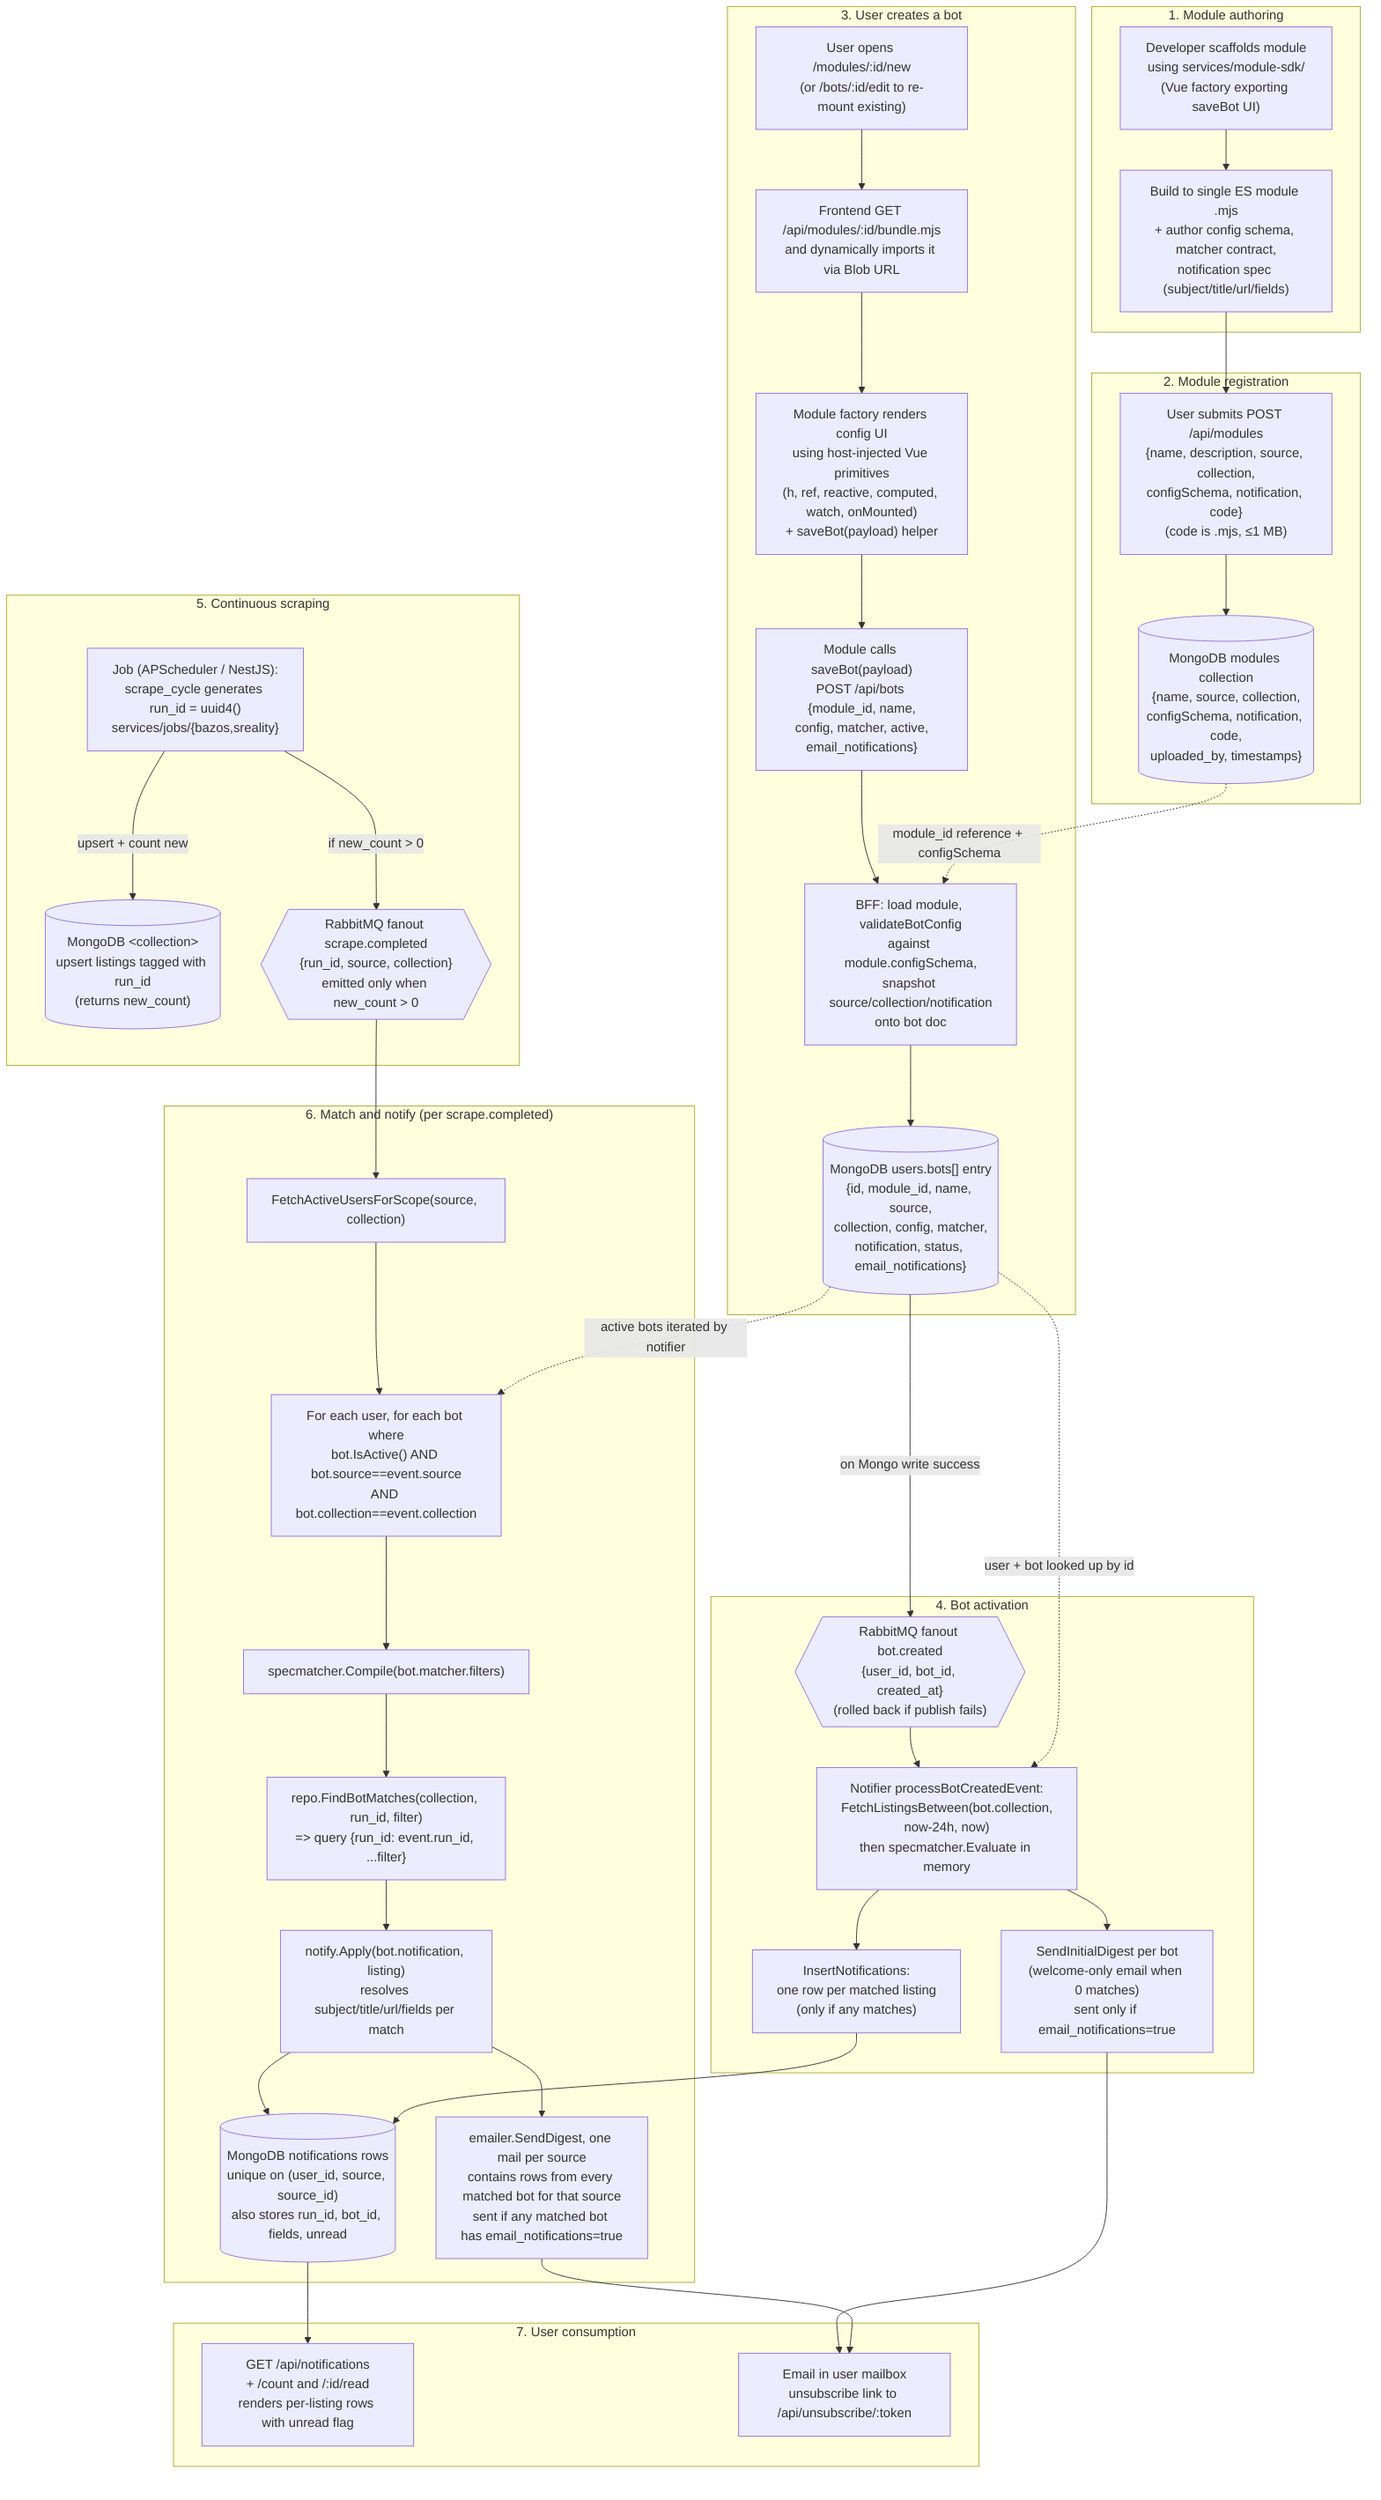
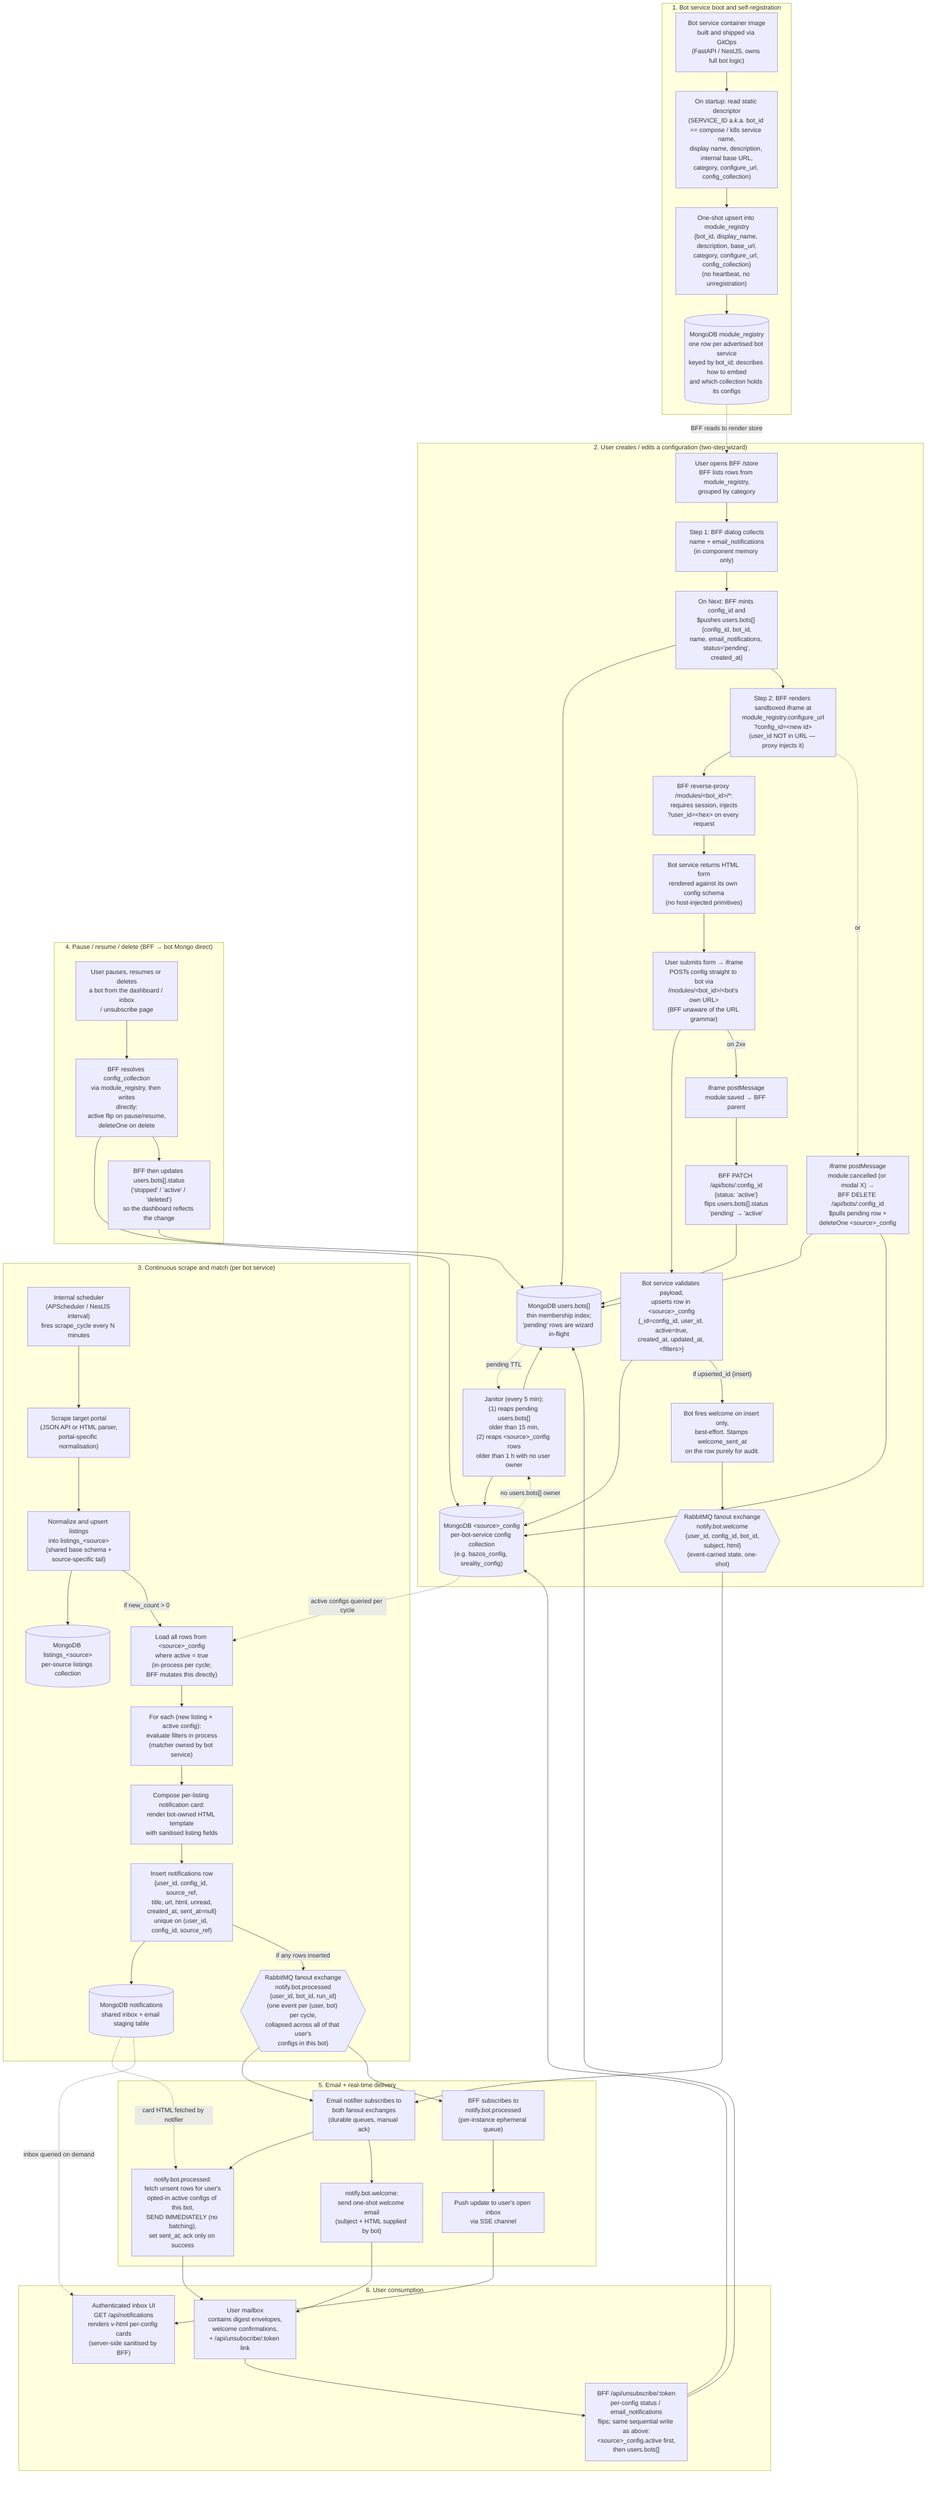
flowchart TB
-  subgraph Author["1. Module authoring"]
-         SDK["Developer scaffolds module<br>using services/module-sdk/<br>(Vue factory exporting saveBot UI)"]
-         Bundle["Build to single ES module .mjs<br>+ author config schema, matcher contract,<br>notification spec (subject/title/url/fields)"]
+  subgraph Boot["1. Bot service boot and self-registration"]
+         Image["Bot service container image<br>built and shipped via GitOps<br>(FastAPI / NestJS, owns full bot logic)"]
+         Startup["On startup: read static descriptor<br>(SERVICE_ID a.k.a. bot_id == compose / k8s service name,<br>display name, description, internal base URL,<br>category, configure_url, config_collection)"]
+         Register["One-shot upsert into module_registry<br>{bot_id, display_name, description, base_url,<br>category, configure_url, config_collection}<br>(no heartbeat, no unregistration)"]
+         ModuleReg[("MongoDB module_registry<br>one row per advertised bot service<br>keyed by bot_id; describes how to embed<br>and which collection holds its configs")]
  end
-  subgraph Register["2. Module registration"]
-         Upload["User submits POST /api/modules<br>{name, description, source, collection,<br>configSchema, notification, code}<br>(code is .mjs, &le;1 MB)"]
-         ModulesCol[("MongoDB modules collection<br>{name, source, collection,<br>configSchema, notification, code,<br>uploaded_by, timestamps}")]
+  subgraph Configure["2. User creates / edits a configuration (two-step wizard)"]
+         Browse["User opens BFF /store<br>BFF lists rows from module_registry,<br>grouped by category"]
+         Step1["Step 1: BFF dialog collects<br>name + email_notifications<br>(in component memory only)"]
+         Mint["On Next: BFF mints config_id and<br>$pushes users.bots[] {config_id, bot_id,<br>name, email_notifications, status='pending',<br>created_at}"]
+         UsersCol[("MongoDB users.bots[]<br>thin membership index;<br>'pending' rows are wizard in-flight")]
+         Step2["Step 2: BFF renders sandboxed iframe at<br>module_registry.configure_url<br>?config_id=&lt;new id&gt;<br>(user_id NOT in URL — proxy injects it)"]
+         Proxy["BFF reverse-proxy /modules/&lt;bot_id&gt;/*:<br>requires session, injects<br>?user_id=&lt;hex&gt; on every request"]
+         ConfigUI["Bot service returns HTML form<br>rendered against its own config schema<br>(no host-injected primitives)"]
+         Submit["User submits form &rarr; iframe<br>POSTs config straight to bot via<br>/modules/&lt;bot_id&gt;/&lt;bot's own URL&gt;<br>(BFF unaware of the URL grammar)"]
+         Persist["Bot service validates payload,<br>upserts row in &lt;source&gt;_config<br>{_id=config_id, user_id, active=true,<br>created_at, updated_at, &lt;filters&gt;}"]
+         ServiceConfig[("MongoDB &lt;source&gt;_config<br>per-bot-service config collection<br>(e.g. bazos_config, sreality_config)")]
+         WelcomeOnInsert["Bot fires welcome on insert only,<br>best-effort. Stamps welcome_sent_at<br>on the row purely for audit."]
+         WelcomeEmit{{"RabbitMQ fanout exchange<br>notify.bot.welcome<br>{user_id, config_id, bot_id,<br>subject, html}<br>(event-carried state, one-shot)"}}
+         SavedMsg["iframe postMessage<br>module:saved &rarr; BFF parent"]
+         Activate["BFF PATCH /api/bots/:config_id<br>{status: 'active'}<br>flips users.bots[].status<br>'pending' &rarr; 'active'"]
+         CancelMsg["iframe postMessage<br>module:cancelled (or modal X) &rarr;<br>BFF DELETE /api/bots/:config_id<br>$pulls pending row +<br>deleteOne &lt;source&gt;_config"]
+         Janitor["Janitor (every 5 min):<br>(1) reaps pending users.bots[]<br>older than 15 min,<br>(2) reaps &lt;source&gt;_config rows<br>older than 1 h with no user owner"]
  end
-  subgraph Configure["3. User creates a bot"]
-         Browse["User opens /modules/:id/new<br>(or /bots/:id/edit to re-mount existing)"]
-         Load["Frontend GET /api/modules/:id/bundle.mjs<br>and dynamically imports it via Blob URL"]
-         Render["Module factory renders config UI<br>using host-injected Vue primitives<br>(h, ref, reactive, computed, watch, onMounted)<br>+ saveBot(payload) helper"]
-         Save["Module calls saveBot(payload)<br>POST /api/bots {module_id, name,<br>config, matcher, active,<br>email_notifications}"]
-         Validate["BFF: load module, validateBotConfig<br>against module.configSchema,<br>snapshot source/collection/notification<br>onto bot doc"]
-         BotDoc[("MongoDB users.bots[] entry<br>{id, module_id, name, source,<br>collection, config, matcher,<br>notification, status, email_notifications}")]
+  subgraph Scrape["3. Continuous scrape and match (per bot service)"]
+         Scheduler["Internal scheduler<br>(APScheduler / NestJS interval)<br>fires scrape_cycle every N minutes"]
+         Scrape1["Scrape target portal<br>(JSON API or HTML parser,<br>portal-specific normalisation)"]
+         Normalize["Normalize and upsert listings<br>into listings_&lt;source&gt;<br>(shared base schema +<br>source-specific tail)"]
+         ListingsCol[("MongoDB listings_&lt;source&gt;<br>per-source listings collection")]
+         LoadConfigs["Load all rows from &lt;source&gt;_config<br>where active = true<br>(in-process per cycle;<br>BFF mutates this directly)"]
+         MatchLoop["For each (new listing &times; active config):<br>evaluate filters in process<br>(matcher owned by bot service)"]
+         Compose["Compose per-listing notification card:<br>render bot-owned HTML template<br>with sanitised listing fields"]
+         WriteNotif["Insert notifications row<br>{user_id, config_id, source_ref,<br>title, url, html, unread,<br>created_at, sent_at=null}<br>unique on (user_id, config_id, source_ref)"]
+         NotifCol[("MongoDB notifications<br>shared inbox + email staging table")]
+         EmitEvent{{"RabbitMQ fanout exchange<br>notify.bot.processed<br>{user_id, bot_id, run_id}<br>(one event per (user, bot) per cycle,<br>collapsed across all of that user's<br>configs in this bot)"}}
  end
-  subgraph Welcome["4. Bot activation"]
-         BotCreated{{"RabbitMQ fanout bot.created<br>{user_id, bot_id, created_at}<br>(rolled back if publish fails)"}}
-         NotifierBC["Notifier processBotCreatedEvent:<br>FetchListingsBetween(bot.collection,<br>now-24h, now)<br>then specmatcher.Evaluate in memory"]
-         WelcomeMail["SendInitialDigest per bot<br>(welcome-only email when 0 matches)<br>sent only if email_notifications=true"]
-         WelcomeInbox["InsertNotifications:<br>one row per matched listing<br>(only if any matches)"]
+  subgraph Mutate["4. Pause / resume / delete (BFF &rarr; bot Mongo direct)"]
+         DashAction["User pauses, resumes or deletes<br>a bot from the dashboard / inbox<br>/ unsubscribe page"]
+         BFFWrite["BFF resolves config_collection<br>via module_registry, then writes<br>directly:<br>active flip on pause/resume,<br>deleteOne on delete"]
+         BFFCache["BFF then updates users.bots[].status<br>('stopped' / 'active' / 'deleted')<br>so the dashboard reflects the change"]
  end
-  subgraph Scrape["5. Continuous scraping"]
-         Cron["Job (APScheduler / NestJS):<br>scrape_cycle generates run_id = uuid4()<br>services/jobs/{bazos,sreality}"]
-         Listings[("MongoDB &lt;collection&gt;<br>upsert listings tagged with run_id<br>(returns new_count)")]
-         ScrapeDone{{"RabbitMQ fanout scrape.completed<br>{run_id, source, collection}<br>emitted only when new_count &gt; 0"}}
+  subgraph Deliver["5. Email + real-time delivery"]
+         EmailSub["Email notifier subscribes to<br>both fanout exchanges<br>(durable queues, manual ack)"]
+         SendDigest["notify.bot.processed:<br>fetch unsent rows for user's<br>opted-in active configs of this bot,<br>SEND IMMEDIATELY (no batching),<br>set sent_at; ack only on success"]
+         WelcomeOneShot["notify.bot.welcome:<br>send one-shot welcome email<br>(subject + HTML supplied by bot)"]
+         BFFSub["BFF subscribes to<br>notify.bot.processed<br>(per-instance ephemeral queue)"]
+         SSEPush["Push update to user's open inbox<br>via SSE channel"]
  end
-  subgraph Deliver["6. Match and notify (per scrape.completed)"]
-         FetchUsers["FetchActiveUsersForScope(source, collection)"]
-         BotLoop["For each user, for each bot where<br>bot.IsActive() AND bot.source==event.source<br>AND bot.collection==event.collection"]
-         Compile["specmatcher.Compile(bot.matcher.filters)"]
-         Query["repo.FindBotMatches(collection, run_id, filter)<br>=&gt; query {run_id: event.run_id, ...filter}"]
-         Resolve["notify.Apply(bot.notification, listing)<br>resolves subject/title/url/fields per match"]
-         InboxRows[("MongoDB notifications rows<br>unique on (user_id, source, source_id)<br>also stores run_id, bot_id, fields, unread")]
-         Email["emailer.SendDigest, one mail per source<br>contains rows from every matched bot for that source<br>sent if any matched bot has email_notifications=true"]
-   end
-  subgraph Use["7. User consumption"]
-         Inbox["GET /api/notifications<br>+ /count and /:id/read<br>renders per-listing rows with unread flag"]
-         Mailbox["Email in user mailbox<br>unsubscribe link to /api/unsubscribe/:token"]
+  subgraph Use["6. User consumption"]
+         Inbox["Authenticated inbox UI<br>GET /api/notifications<br>renders v-html per-config cards<br>(server-side sanitised by BFF)"]
+         Mailbox["User mailbox<br>contains digest envelopes,<br>welcome confirmations,<br>+ /api/unsubscribe/:token link"]
+         UnsubBFF["BFF /api/unsubscribe/:token<br>per-config status / email_notifications<br>flips; same sequential write as above:<br>&lt;source&gt;_config.active first,<br>then users.bots[]"]
  end

-     SDK --> Bundle
-     Bundle --> Upload
-     Upload --> ModulesCol
-     Browse --> Load --> Render --> Save --> Validate --> BotDoc
+     Image --> Startup --> Register --> ModuleReg
+     ModuleReg -. "BFF reads to render store" .-> Browse
+     Browse --> Step1 --> Mint --> UsersCol
+     Mint --> Step2 --> Proxy --> ConfigUI --> Submit
+     Submit --> Persist --> ServiceConfig
+     Persist -- "if upserted_id (insert)" --> WelcomeOnInsert
+     WelcomeOnInsert --> WelcomeEmit
+     Submit -- "on 2xx" --> SavedMsg --> Activate --> UsersCol
+     Step2 -. "or" .-> CancelMsg --> UsersCol
+     CancelMsg --> ServiceConfig
+     UsersCol -. "pending TTL" .-> Janitor
+     ServiceConfig -. "no users.bots[] owner" .-> Janitor
+     Janitor --> UsersCol
+     Janitor --> ServiceConfig

-     BotDoc -- "on Mongo write success" --> BotCreated
-     BotCreated --> NotifierBC
-     NotifierBC --> WelcomeMail
-     NotifierBC --> WelcomeInbox
+     Scheduler --> Scrape1
+     Scrape1 --> Normalize --> ListingsCol
+     Normalize -- "if new_count > 0" --> LoadConfigs
+     ServiceConfig -. "active configs queried per cycle" .-> LoadConfigs
+     LoadConfigs --> MatchLoop --> Compose --> WriteNotif --> NotifCol
+     WriteNotif -- "if any rows inserted" --> EmitEvent

-     Cron -- "upsert + count new" --> Listings
-     Cron -- "if new_count &gt; 0" --> ScrapeDone
+     DashAction --> BFFWrite --> ServiceConfig
+     BFFWrite --> BFFCache --> UsersCol

-     ScrapeDone --> FetchUsers --> BotLoop --> Compile --> Query --> Resolve
-     Resolve --> InboxRows
-     Resolve --> Email
+     EmitEvent --> EmailSub --> SendDigest --> Mailbox
+     NotifCol -. "card HTML fetched by notifier" .-> SendDigest

-     WelcomeInbox --> InboxRows
-     WelcomeMail --> Mailbox
-     InboxRows --> Inbox
-     Email --> Mailbox
+     WelcomeEmit --> EmailSub
+     EmailSub --> WelcomeOneShot --> Mailbox

-     BotDoc -. "active bots iterated by notifier" .-> BotLoop
-     BotDoc -. "user + bot looked up by id" .-> NotifierBC
-     ModulesCol -. "module_id reference + configSchema" .-> Validate
+     EmitEvent --> BFFSub --> SSEPush --> Inbox
+     NotifCol -. "inbox queried on demand" .-> Inbox
+ 
+     Mailbox --> UnsubBFF
+     UnsubBFF --> ServiceConfig
+     UnsubBFF --> UsersCol
